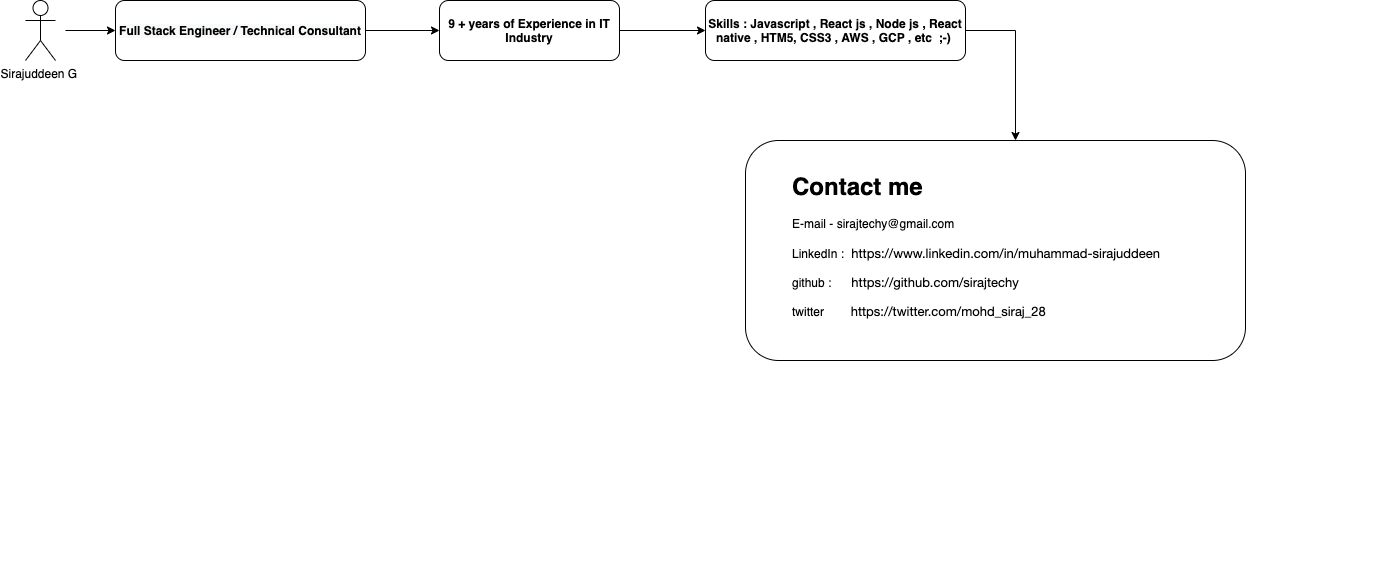
sirajtechy/ITET-Learning keeps this draw.io diagram as Mobile-Development/Developer-Playbook/author-intro.drawio.png. Above is the earlier version. Source tidied: cells renumbered, new cells last; positions are measured from the earlier drawing's top-left corner, leaving out a move shared by most shapes.
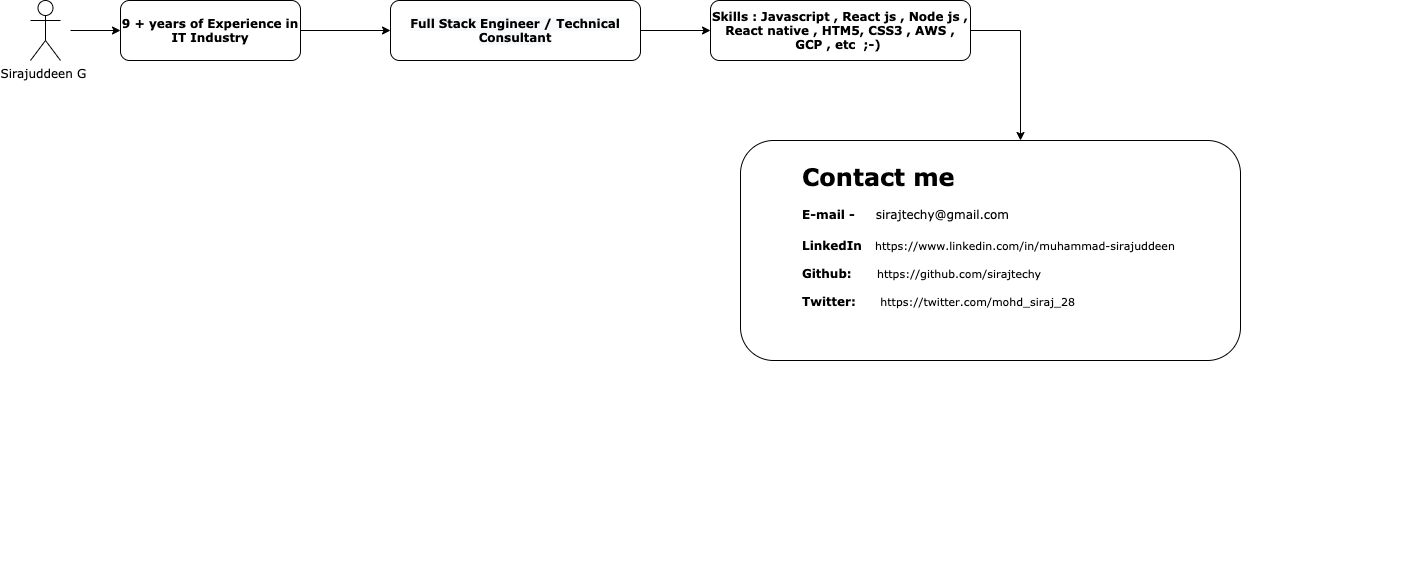
Above is the later version.

The edit, as a diff of the source:
```diff
@@ -2,43 +2,43 @@
   <root>
     <mxCell id="0" />
     <mxCell id="1" parent="0" />
-    <mxCell id="2" value="Sirajuddeen G&amp;nbsp;" style="shape=umlActor;verticalLabelPosition=bottom;verticalAlign=top;html=1;" parent="1" vertex="1">
+    <mxCell id="2" value="&lt;font face=&quot;Verdana&quot;&gt;Sirajuddeen G&amp;nbsp;&lt;/font&gt;" style="shape=umlActor;verticalLabelPosition=bottom;verticalAlign=top;html=1;" parent="1" vertex="1">
       <mxGeometry width="30" height="60" as="geometry" />
     </mxCell>
+    <mxCell id="13" style="edgeStyle=orthogonalEdgeStyle;rounded=0;jettySize=auto;html=1;" parent="1" edge="1" source="3" target="9">
+      <mxGeometry relative="1" as="geometry" />
+    </mxCell>
-    <mxCell id="3" value="&lt;meta charset=&quot;utf-8&quot;&gt;&lt;b style=&quot;color: rgb(0, 0, 0); font-family: helvetica; font-size: 12px; font-style: normal; letter-spacing: normal; text-align: center; text-indent: 0px; text-transform: none; word-spacing: 0px; background-color: rgb(248, 249, 250);&quot;&gt;Full Stack Engineer / Technical Consultant&lt;/b&gt;" style="rounded=1;whiteSpace=wrap;html=1;" parent="1" vertex="1">
-      <mxGeometry x="90" width="250" height="60" as="geometry" />
+    <mxCell id="3" value="&lt;b style=&quot;color: rgb(0 , 0 , 0) ; font-size: 12px ; font-style: normal ; letter-spacing: normal ; text-align: center ; text-indent: 0px ; text-transform: none ; word-spacing: 0px ; background-color: rgb(248 , 249 , 250)&quot;&gt;&lt;font face=&quot;Verdana&quot;&gt;Full Stack Engineer / Technical Consultant&lt;/font&gt;&lt;/b&gt;" style="rounded=1;whiteSpace=wrap;html=1;" parent="1" vertex="1">
+      <mxGeometry x="360" width="250" height="60" as="geometry" />
     </mxCell>
-    <mxCell id="4" style="edgeStyle=orthogonalEdgeStyle;rounded=0;jettySize=auto;html=1;" parent="1" edge="1" source="6" target="9">
-      <mxGeometry relative="1" as="geometry" />
-    </mxCell>
     <mxCell id="5" style="endArrow=classic;html=1;" parent="1" edge="1">
       <mxGeometry relative="1" as="geometry">
         <mxPoint x="40" y="30" as="sourcePoint" />
         <mxPoint x="90" y="30" as="targetPoint" />
       </mxGeometry>
     </mxCell>
+    <mxCell id="14" style="edgeStyle=orthogonalEdgeStyle;rounded=0;jettySize=auto;html=1;" parent="1" edge="1" source="6" target="3">
+      <mxGeometry relative="1" as="geometry" />
+    </mxCell>
-    <mxCell id="6" value="&lt;b&gt;9 + years of Experience in IT Industry&lt;/b&gt;" style="rounded=1;whiteSpace=wrap;html=1;" parent="1" vertex="1">
-      <mxGeometry x="414" width="180" height="60" as="geometry" />
+    <mxCell id="6" value="&lt;b&gt;&lt;font face=&quot;Verdana&quot;&gt;9 + years of Experience in IT Industry&lt;/font&gt;&lt;/b&gt;" style="rounded=1;whiteSpace=wrap;html=1;" parent="1" vertex="1">
+      <mxGeometry x="90" width="180" height="60" as="geometry" />
     </mxCell>
-    <mxCell id="7" style="edgeStyle=orthogonalEdgeStyle;rounded=0;jettySize=auto;html=1;exitX=1;exitY=0.5;exitDx=0;exitDy=0;" parent="1" edge="1" source="3" target="6">
-      <mxGeometry relative="1" as="geometry" />
-    </mxCell>
     <mxCell id="8" style="edgeStyle=orthogonalEdgeStyle;rounded=0;jettySize=auto;html=1;exitX=1;exitY=0.5;exitDx=0;exitDy=0;" parent="1" edge="1" source="9">
       <mxGeometry relative="1" as="geometry">
         <mxPoint x="990" y="140" as="targetPoint" />
       </mxGeometry>
     </mxCell>
-    <mxCell id="9" value="&lt;b&gt;Skills : Javascript , React js , Node js , React native , HTM5, CSS3 , AWS , GCP , etc&amp;nbsp; ;-)&amp;nbsp;&lt;/b&gt;" style="rounded=1;whiteSpace=wrap;html=1;" parent="1" vertex="1">
+    <mxCell id="9" value="&lt;b&gt;&lt;font face=&quot;Verdana&quot;&gt;Skills : Javascript , React js , Node js , React native , HTM5, CSS3 , AWS , GCP , etc&amp;nbsp; ;-)&amp;nbsp;&lt;/font&gt;&lt;/b&gt;" style="rounded=1;whiteSpace=wrap;html=1;" parent="1" vertex="1">
       <mxGeometry x="680" width="260" height="60" as="geometry" />
     </mxCell>
     <mxCell id="10" value="&lt;h1&gt;&lt;br&gt;&lt;/h1&gt;" style="text;html=1;strokeColor=none;fillColor=none;spacing=5;spacingTop=-20;whiteSpace=wrap;overflow=hidden;rounded=0;" parent="1" vertex="1">
       <mxGeometry x="880" y="420" width="490" height="158" as="geometry" />
     </mxCell>
     <mxCell id="11" value="&lt;h1 style=&quot;color: rgb(0 , 0 , 0) ; font-family: &amp;#34;helvetica&amp;#34; ; font-style: normal ; letter-spacing: normal ; text-align: left ; text-indent: 0px ; text-transform: none ; word-spacing: 0px ; background-color: rgb(255 , 255 , 255)&quot;&gt;&lt;br&gt;&lt;/h1&gt;" style="rounded=1;whiteSpace=wrap;html=1;" parent="1" vertex="1">
-      <mxGeometry x="720" y="140" width="500" height="220" as="geometry" />
+      <mxGeometry x="710" y="140" width="500" height="220" as="geometry" />
     </mxCell>
-    <mxCell id="12" value="&lt;h1 style=&quot;color: rgb(0 , 0 , 0) ; font-style: normal ; letter-spacing: normal ; text-indent: 0px ; text-transform: none ; word-spacing: 0px ; font-family: &amp;#34;helvetica&amp;#34; ; text-align: left ; background-color: rgb(255 , 255 , 255)&quot;&gt;Contact me&amp;nbsp;&lt;/h1&gt;&lt;div style=&quot;color: rgb(0 , 0 , 0) ; font-size: 12px ; font-style: normal ; font-weight: 400 ; letter-spacing: normal ; text-indent: 0px ; text-transform: none ; word-spacing: 0px ; font-family: &amp;#34;helvetica&amp;#34; ; text-align: left ; background-color: rgb(255 , 255 , 255)&quot;&gt;E-mail - sirajtechy@gmail.com&lt;/div&gt;&lt;div style=&quot;color: rgb(0 , 0 , 0) ; font-size: 12px ; font-style: normal ; font-weight: 400 ; letter-spacing: normal ; text-indent: 0px ; text-transform: none ; word-spacing: 0px ; font-family: &amp;#34;helvetica&amp;#34; ; text-align: left ; background-color: rgb(255 , 255 , 255)&quot;&gt;&lt;br&gt;&lt;/div&gt;&lt;div style=&quot;color: rgb(0 , 0 , 0) ; font-size: 12px ; font-style: normal ; font-weight: 400 ; letter-spacing: normal ; text-indent: 0px ; text-transform: none ; word-spacing: 0px ; font-family: &amp;#34;helvetica&amp;#34; ; text-align: left ; background-color: rgb(255 , 255 , 255)&quot;&gt;LinkedIn :&amp;nbsp;&lt;span class=&quot;s1&quot; style=&quot;font-family: &amp;#34;helvetica neue&amp;#34; ; font-stretch: normal ; font-size: 14px ; line-height: normal ; color: rgb(220 , 161 , 13)&quot;&gt;&lt;span class=&quot;Apple-converted-space&quot;&gt;&amp;nbsp;&lt;/span&gt;&lt;/span&gt;&lt;a href=&quot;https://www.linkedin.com/in/muhammad-sirajuddeen&quot; style=&quot;font-family: &amp;#34;helvetica neue&amp;#34; ; font-size: 13px&quot;&gt;https://www.linkedin.com/in/muhammad-sirajuddeen&lt;/a&gt;&lt;/div&gt;&lt;div style=&quot;color: rgb(0 , 0 , 0) ; font-size: 12px ; font-style: normal ; font-weight: 400 ; letter-spacing: normal ; text-indent: 0px ; text-transform: none ; word-spacing: 0px ; font-family: &amp;#34;helvetica&amp;#34; ; text-align: left ; background-color: rgb(255 , 255 , 255)&quot;&gt;&lt;span&gt;&lt;br&gt;&lt;/span&gt;&lt;/div&gt;&lt;div style=&quot;color: rgb(0 , 0 , 0) ; font-size: 12px ; font-style: normal ; font-weight: 400 ; letter-spacing: normal ; text-indent: 0px ; text-transform: none ; word-spacing: 0px ; font-family: &amp;#34;helvetica&amp;#34; ; text-align: left ; background-color: rgb(255 , 255 , 255)&quot;&gt;&lt;span&gt;github :&amp;nbsp; &amp;nbsp; &amp;nbsp;&amp;nbsp;&lt;/span&gt;&lt;a href=&quot;https://github.com/sirajtechy&quot; style=&quot;font-family: &amp;#34;helvetica neue&amp;#34; ; font-size: 13px&quot;&gt;https://github.com/sirajtechy&lt;/a&gt;&lt;/div&gt;&lt;div style=&quot;color: rgb(0 , 0 , 0) ; font-size: 12px ; font-style: normal ; font-weight: 400 ; letter-spacing: normal ; text-indent: 0px ; text-transform: none ; word-spacing: 0px ; font-family: &amp;#34;helvetica&amp;#34; ; text-align: left ; background-color: rgb(255 , 255 , 255)&quot;&gt;&lt;span&gt;&lt;br&gt;&lt;/span&gt;&lt;/div&gt;&lt;div style=&quot;color: rgb(0 , 0 , 0) ; font-size: 12px ; font-style: normal ; font-weight: 400 ; letter-spacing: normal ; text-indent: 0px ; text-transform: none ; word-spacing: 0px ; font-family: &amp;#34;helvetica&amp;#34; ; text-align: left ; background-color: rgb(255 , 255 , 255)&quot;&gt;&lt;span&gt;twitter&amp;nbsp; &amp;nbsp; &amp;nbsp; &amp;nbsp; &lt;/span&gt;&lt;a href=&quot;https://twitter.com/mohd_siraj_28&quot; style=&quot;font-family: &amp;#34;helvetica neue&amp;#34; ; font-size: 13px&quot;&gt;https://twitter.com/mohd_siraj_28&lt;/a&gt;&amp;nbsp;&lt;/div&gt;&lt;div style=&quot;color: rgb(0 , 0 , 0) ; font-size: 12px ; font-style: normal ; font-weight: 400 ; letter-spacing: normal ; text-indent: 0px ; text-transform: none ; word-spacing: 0px ; font-family: &amp;#34;helvetica&amp;#34; ; text-align: left ; background-color: rgb(255 , 255 , 255)&quot;&gt;&lt;span&gt;&lt;br&gt;&lt;/span&gt;&lt;/div&gt;&lt;div style=&quot;color: rgb(0 , 0 , 0) ; font-size: 12px ; font-style: normal ; font-weight: 400 ; letter-spacing: normal ; text-indent: 0px ; text-transform: none ; word-spacing: 0px ; font-family: &amp;#34;helvetica&amp;#34; ; text-align: left ; background-color: rgb(255 , 255 , 255)&quot;&gt;&lt;br&gt;&lt;/div&gt;" style="text;whiteSpace=wrap;html=1;" parent="1" vertex="1">
-      <mxGeometry x="765" y="150" width="390" height="190" as="geometry" />
+    <mxCell id="12" value="&lt;h1 style=&quot;color: rgb(0 , 0 , 0) ; font-style: normal ; letter-spacing: normal ; text-indent: 0px ; text-transform: none ; word-spacing: 0px ; text-align: left ; background-color: rgb(255 , 255 , 255)&quot;&gt;&lt;font face=&quot;Verdana&quot;&gt;Contact me&amp;nbsp;&lt;/font&gt;&lt;/h1&gt;&lt;div style=&quot;color: rgb(0 , 0 , 0) ; font-size: 12px ; font-style: normal ; letter-spacing: normal ; text-indent: 0px ; text-transform: none ; word-spacing: 0px ; text-align: left ; background-color: rgb(255 , 255 , 255)&quot;&gt;&lt;font face=&quot;Verdana&quot;&gt;&lt;b&gt;E-mail -&amp;nbsp;&lt;/b&gt; &amp;nbsp; &amp;nbsp;sirajtechy@gmail.com&lt;/font&gt;&lt;/div&gt;&lt;div style=&quot;color: rgb(0 , 0 , 0) ; font-size: 12px ; font-style: normal ; font-weight: 400 ; letter-spacing: normal ; text-indent: 0px ; text-transform: none ; word-spacing: 0px ; text-align: left ; background-color: rgb(255 , 255 , 255)&quot;&gt;&lt;font face=&quot;Verdana&quot;&gt;&lt;br&gt;&lt;/font&gt;&lt;/div&gt;&lt;div style=&quot;color: rgb(0 , 0 , 0) ; font-style: normal ; letter-spacing: normal ; text-indent: 0px ; text-transform: none ; word-spacing: 0px ; text-align: left ; background-color: rgb(255 , 255 , 255)&quot;&gt;&lt;font face=&quot;Verdana&quot;&gt;&lt;b style=&quot;font-size: 12px&quot;&gt;LinkedIn &lt;/b&gt;&amp;nbsp;&lt;span class=&quot;s1&quot; style=&quot;font-size: 14px ; font-weight: 400 ; font-stretch: normal ; line-height: normal ; color: rgb(220 , 161 , 13)&quot;&gt;&lt;span class=&quot;Apple-converted-space&quot;&gt;&amp;nbsp;&lt;/span&gt;&lt;/span&gt;&lt;a href=&quot;https://www.linkedin.com/in/muhammad-sirajuddeen&quot; style=&quot;font-weight: 400&quot;&gt;&lt;font style=&quot;font-size: 11px&quot;&gt;https://www.linkedin.com/in/muhammad-sirajuddeen&lt;/font&gt;&lt;/a&gt;&lt;/font&gt;&lt;/div&gt;&lt;div style=&quot;color: rgb(0 , 0 , 0) ; font-size: 12px ; font-style: normal ; font-weight: 400 ; letter-spacing: normal ; text-indent: 0px ; text-transform: none ; word-spacing: 0px ; text-align: left ; background-color: rgb(255 , 255 , 255)&quot;&gt;&lt;span&gt;&lt;font face=&quot;Verdana&quot;&gt;&lt;br&gt;&lt;/font&gt;&lt;/span&gt;&lt;/div&gt;&lt;div style=&quot;color: rgb(0 , 0 , 0) ; font-style: normal ; letter-spacing: normal ; text-indent: 0px ; text-transform: none ; word-spacing: 0px ; text-align: left ; background-color: rgb(255 , 255 , 255)&quot;&gt;&lt;font face=&quot;Verdana&quot;&gt;&lt;b style=&quot;font-size: 12px&quot;&gt;Github:&lt;/b&gt;&amp;nbsp; &amp;nbsp; &amp;nbsp;&amp;nbsp;&lt;a href=&quot;https://github.com/sirajtechy&quot; style=&quot;font-weight: 400&quot;&gt;&lt;font style=&quot;font-size: 11px&quot;&gt;https://github.com/sirajtechy&lt;/font&gt;&lt;/a&gt;&lt;/font&gt;&lt;/div&gt;&lt;div style=&quot;color: rgb(0 , 0 , 0) ; font-size: 12px ; font-style: normal ; font-weight: 400 ; letter-spacing: normal ; text-indent: 0px ; text-transform: none ; word-spacing: 0px ; text-align: left ; background-color: rgb(255 , 255 , 255)&quot;&gt;&lt;span&gt;&lt;font face=&quot;Verdana&quot;&gt;&lt;br&gt;&lt;/font&gt;&lt;/span&gt;&lt;/div&gt;&lt;div style=&quot;color: rgb(0 , 0 , 0) ; font-style: normal ; letter-spacing: normal ; text-indent: 0px ; text-transform: none ; word-spacing: 0px ; text-align: left ; background-color: rgb(255 , 255 , 255)&quot;&gt;&lt;font face=&quot;Verdana&quot;&gt;&lt;b style=&quot;font-size: 12px&quot;&gt;Twitter:&lt;/b&gt;&amp;nbsp; &amp;nbsp; &lt;font style=&quot;font-size: 11px&quot;&gt;&amp;nbsp; &lt;a href=&quot;https://twitter.com/mohd_siraj_28&quot; style=&quot;font-weight: 400&quot;&gt;https://twitter.com/mohd_siraj_28&lt;/a&gt;&amp;nbsp;&lt;/font&gt;&lt;/font&gt;&lt;/div&gt;&lt;div style=&quot;color: rgb(0 , 0 , 0) ; font-size: 12px ; font-style: normal ; font-weight: 400 ; letter-spacing: normal ; text-indent: 0px ; text-transform: none ; word-spacing: 0px ; text-align: left ; background-color: rgb(255 , 255 , 255)&quot;&gt;&lt;span&gt;&lt;font face=&quot;Verdana&quot;&gt;&lt;br&gt;&lt;/font&gt;&lt;/span&gt;&lt;/div&gt;&lt;div style=&quot;color: rgb(0 , 0 , 0) ; font-size: 12px ; font-style: normal ; font-weight: 400 ; letter-spacing: normal ; text-indent: 0px ; text-transform: none ; word-spacing: 0px ; font-family: &amp;#34;helvetica&amp;#34; ; text-align: left ; background-color: rgb(255 , 255 , 255)&quot;&gt;&lt;br&gt;&lt;/div&gt;" style="text;whiteSpace=wrap;html=1;" parent="1" vertex="1">
+      <mxGeometry x="770" y="140" width="390" height="190" as="geometry" />
     </mxCell>
   </root>
 </mxGraphModel>
```
